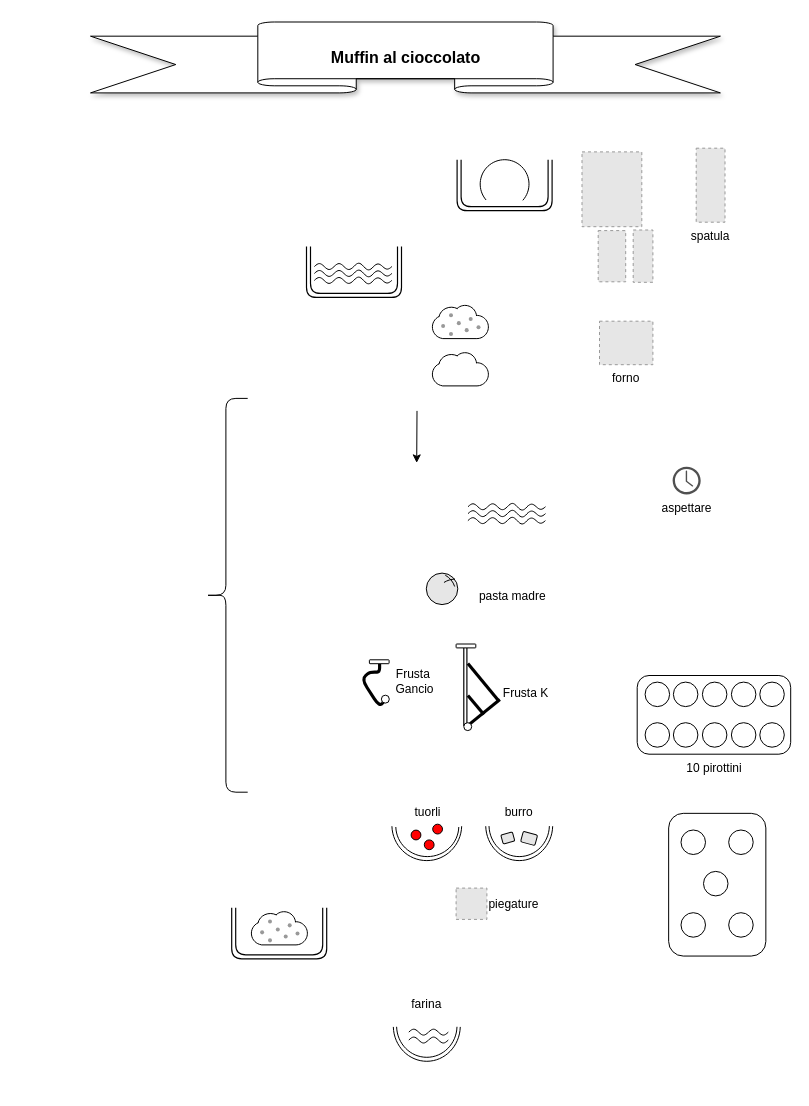
The draw.io diagram shapes.drawio in nicolgit/drawio-cooking-shapes, before the edit. Source tidied: cells renumbered, new cells numbered last; positions are measured from the earlier drawing's top-left corner, leaving out a move shared by most shapes. Both pictures are drawn from the tidied source at 100%, with x=0, y=0 at pixel (90, 21). Pictures stored in the file or linked from it are replaced by grey dashed boxes.
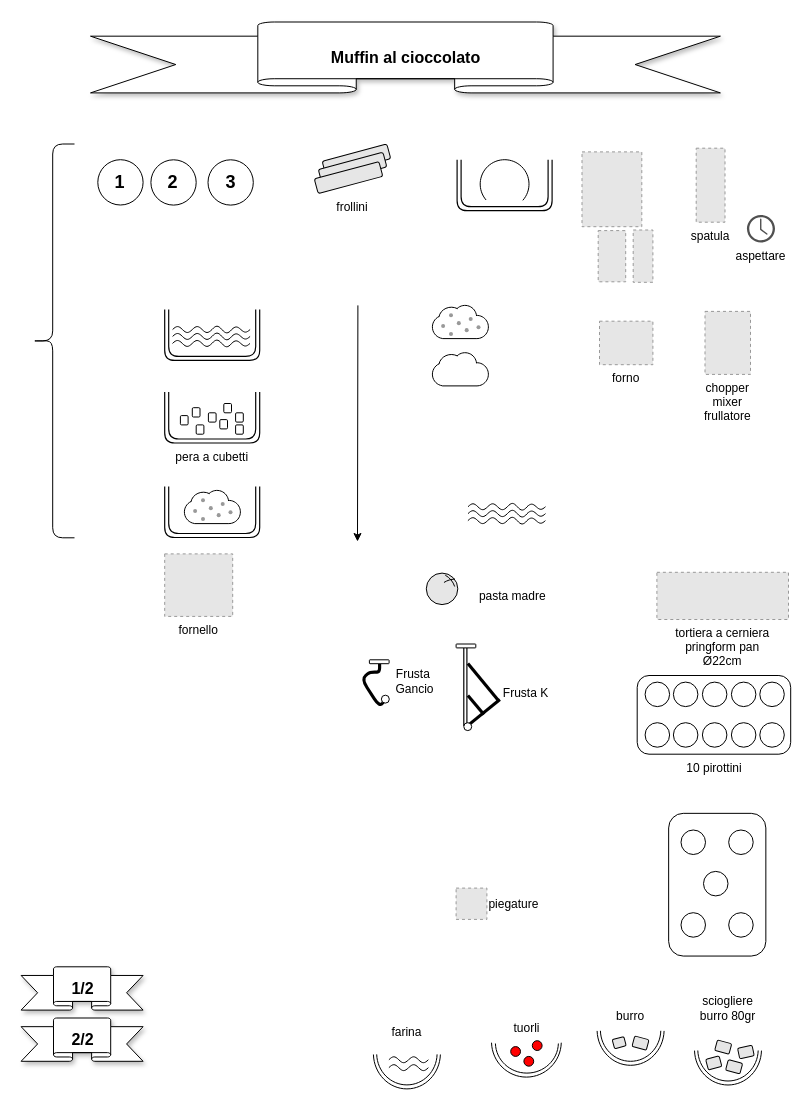
The same page after the edit.

Commit message (it also covers changes not shown here):
torta-pere-ricotta-cioccolato

The edit, as a diff of the source:
```diff
@@
     <mxCell id="49" style="endArrow=classic;html=1;rounded=1;fontFamily=Helvetica;fontSize=12;fontColor=default;curved=0;" parent="1" edge="1">
       <mxGeometry relative="1" as="geometry">
-        <mxPoint x="326.5" y="389.4" as="sourcePoint" />
-        <mxPoint x="326.2" y="441.4" as="targetPoint" />
+        <mxPoint x="267.4" y="283.9" as="sourcePoint" />
+        <mxPoint x="267" y="520" as="targetPoint" />
         <Array as="points">
-          <mxPoint x="326.2" y="389.4" />
+          <mxPoint x="267.1" y="283.9" />
         </Array>
       </mxGeometry>
     </mxCell>
@@
     <mxCell id="60" style="group;" parent="1" vertex="1">
-      <mxGeometry x="301.4" y="768.2" width="69.8" height="70.9" as="geometry" />
+      <mxGeometry x="401" y="984.7" width="69.8" height="70.9" as="geometry" />
     </mxCell>
@@
     <mxCell id="66" style="shape=curlyBracket;whiteSpace=wrap;html=1;rounded=1;labelPosition=left;verticalLabelPosition=middle;align=right;verticalAlign=middle;fillStyle=dots;strokeColor=default;fontFamily=Helvetica;fontSize=12;fontColor=default;fillColor=#FF0000;" parent="1" vertex="1">
-      <mxGeometry x="113.6" y="376.9" width="43.6" height="393.8" as="geometry" />
+      <mxGeometry x="-59.6" y="122.5" width="43.6" height="393.8" as="geometry" />
     </mxCell>
@@
     <mxCell id="72" value="burro&#10;&#10;" style="group;labelPosition=center;verticalLabelPosition=middle;align=center;verticalAlign=middle;labelBorderColor=none;" parent="1" vertex="1">
-      <mxGeometry x="384.1" y="756.4" width="89.2" height="94.4" as="geometry" />
+      <mxGeometry x="495.5" y="961.1" width="89.2" height="94.4" as="geometry" />
     </mxCell>
@@
     <mxCell id="77" value="farina" style="group;" parent="1" vertex="1">
-      <mxGeometry x="302.8" y="968.9" width="67" height="70.9" as="geometry" />
+      <mxGeometry x="282.9" y="996.5" width="67" height="70.9" as="geometry" />
     </mxCell>
@@
     <mxCell id="84" style="group;" parent="1" vertex="1">
-      <mxGeometry x="141.2" y="886.3" width="95" height="51" as="geometry" />
+      <mxGeometry x="74.2" y="465" width="95" height="51" as="geometry" />
     </mxCell>
@@
     <mxCell id="105" style="group;" parent="1" vertex="1">
-      <mxGeometry x="216" y="224.9" width="95" height="51" as="geometry" />
+      <mxGeometry x="74.2" y="287.9" width="95" height="51" as="geometry" />
     </mxCell>
@@
     <mxCell id="130" value="aspettare" style="sketch=0;shadow=0;dashed=0;html=1;strokeColor=none;fillColor=#505050;labelPosition=center;verticalLabelPosition=bottom;verticalAlign=top;align=center;shape=mxgraph.office.concepts.clock;" parent="1" vertex="1">
-      <mxGeometry x="582.1" y="445.3" width="28.1" height="27.6" as="geometry" />
+      <mxGeometry x="656.4" y="193.4" width="28.1" height="27.6" as="geometry" />
     </mxCell>
@@
+    <mxCell id="150" value="frollini" style="group;labelPosition=center;verticalLabelPosition=bottom;align=center;verticalAlign=top;" parent="1" vertex="1">
+      <mxGeometry x="223.8" y="122.5" width="76.4" height="49.6" as="geometry" />
+    </mxCell>
+    <mxCell id="151" style="rounded=1;whiteSpace=wrap;html=1;gradientColor=none;fillStyle=auto;fillColor=#E6E6E6;rotation=-15;" parent="150" vertex="1">
+      <mxGeometry x="8.7" y="8.4" width="66.9" height="15.2" as="geometry" />
+    </mxCell>
+    <mxCell id="152" style="rounded=1;whiteSpace=wrap;html=1;gradientColor=none;fillStyle=auto;fillColor=#E6E6E6;rotation=-15;" parent="150" vertex="1">
+      <mxGeometry x="4.8" y="16.6" width="66.9" height="15.2" as="geometry" />
+    </mxCell>
+    <mxCell id="153" style="rounded=1;whiteSpace=wrap;html=1;gradientColor=none;fillStyle=auto;fillColor=#E6E6E6;rotation=-15;" parent="150" vertex="1">
+      <mxGeometry x="0.8" y="26" width="66.9" height="15.2" as="geometry" />
+    </mxCell>
+    <mxCell id="154" style="group;" parent="1" vertex="1">
+      <mxGeometry x="590" y="961.1" width="94.5" height="102.4" as="geometry" />
+    </mxCell>
+    <mxCell id="155" style="verticalLabelPosition=bottom;verticalAlign=top;html=1;shape=mxgraph.basic.arc;startAngle=0.2547732166712652;endAngle=0.7452267833287348;fillStyle=dots;strokeColor=default;align=center;fontFamily=Helvetica;fontSize=12;fontColor=default;fillColor=#FF0000;" parent="154" vertex="1">
+      <mxGeometry x="14" y="31.5" width="67" height="70.9" as="geometry" />
+    </mxCell>
+    <mxCell id="156" style="verticalLabelPosition=bottom;verticalAlign=top;html=1;shape=mxgraph.basic.arc;startAngle=0.2547732166712652;endAngle=0.7452267833287348;fillStyle=dots;strokeColor=default;align=center;fontFamily=Helvetica;fontSize=12;fontColor=default;fillColor=#FF0000;" parent="154" vertex="1">
+      <mxGeometry x="17.3" y="35.5" width="60.4" height="62.9" as="geometry" />
+    </mxCell>
+    <mxCell id="157" style="rounded=1;whiteSpace=wrap;html=1;fillStyle=auto;strokeColor=default;align=center;verticalAlign=middle;fontFamily=Helvetica;fontSize=12;fontColor=default;fillColor=#E6E6E6;rotation=15;" parent="154" vertex="1">
+      <mxGeometry x="35.3" y="59.1" width="14.8" height="10.8" as="geometry" />
+    </mxCell>
+    <mxCell id="158" style="rounded=1;whiteSpace=wrap;html=1;fillStyle=auto;strokeColor=default;align=center;verticalAlign=middle;fontFamily=Helvetica;fontSize=12;fontColor=default;fillColor=#E6E6E6;rotation=-15;" parent="154" vertex="1">
+      <mxGeometry x="26.3" y="74.9" width="13.9" height="10.9" as="geometry" />
+    </mxCell>
+    <mxCell id="159" style="rounded=1;whiteSpace=wrap;html=1;fillStyle=auto;strokeColor=default;align=center;verticalAlign=middle;fontFamily=Helvetica;fontSize=12;fontColor=default;fillColor=#E6E6E6;rotation=15;" parent="154" vertex="1">
+      <mxGeometry x="46.2" y="78.8" width="14.8" height="10.8" as="geometry" />
+    </mxCell>
+    <mxCell id="160" style="rounded=1;whiteSpace=wrap;html=1;fillStyle=auto;strokeColor=default;align=center;verticalAlign=middle;fontFamily=Helvetica;fontSize=12;fontColor=default;fillColor=#E6E6E6;rotation=-12;" parent="154" vertex="1">
+      <mxGeometry x="58" y="64" width="14.8" height="10.8" as="geometry" />
+    </mxCell>
+    <mxCell id="161" value="&lt;div&gt;sciogliere&lt;/div&gt;burro&amp;nbsp;&lt;span style=&quot;background-color: transparent; color: light-dark(rgb(0, 0, 0), rgb(255, 255, 255));&quot;&gt;80gr&lt;/span&gt;" style="text;strokeColor=none;fillColor=none;html=1;align=center;verticalAlign=middle;whiteSpace=wrap;rounded=0;fontSize=12;" parent="154" vertex="1">
+      <mxGeometry width="94.5" height="51.2" as="geometry" />
+    </mxCell>
+    <mxCell id="162" value="chopper&#10;mixer&#10;frullatore" style="fillColor=#E6E6E6;strokeColor=#999999;dashed=1;verticalLabelPosition=bottom;labelBackgroundColor=default;verticalAlign=top;" parent="1" vertex="1">
+      <mxGeometry x="614.5" y="289.9" width="45.5" height="63" as="geometry" />
+    </mxCell>
+    <mxCell id="163" value="tortiera a cerniera&#10;pringform pan&#10;Ø22cm" style="fillColor=#E6E6E6;strokeColor=#999999;dashed=1;verticalLabelPosition=bottom;labelBackgroundColor=default;verticalAlign=top;" parent="1" vertex="1">
+      <mxGeometry x="566.4" y="550.8" width="131.6" height="47.2" as="geometry" />
+    </mxCell>
+    <mxCell id="164" value="pera a cubetti" style="group;labelPosition=center;verticalLabelPosition=bottom;align=center;verticalAlign=top;" parent="1" vertex="1">
+      <mxGeometry x="74.2" y="370.5" width="95" height="51" as="geometry" />
+    </mxCell>
+    <mxCell id="165" style="endArrow=none;html=1;rounded=1;shadow=0;curved=0;strokeWidth=1.1811;" parent="164" edge="1">
+      <mxGeometry relative="1" as="geometry">
+        <mxPoint x="95" as="sourcePoint" />
+        <mxPoint as="targetPoint" />
+        <Array as="points">
+          <mxPoint x="95" y="51" />
+          <mxPoint x="48" y="51" />
+          <mxPoint y="51" />
+        </Array>
+      </mxGeometry>
+    </mxCell>
+    <mxCell id="166" style="endArrow=none;html=1;rounded=1;shadow=0;curved=0;strokeWidth=1.1811;" parent="164" edge="1">
+      <mxGeometry relative="1" as="geometry">
+        <mxPoint x="91" as="sourcePoint" />
+        <mxPoint x="4" as="targetPoint" />
+        <Array as="points">
+          <mxPoint x="91" y="47" />
+          <mxPoint x="4" y="47" />
+        </Array>
+      </mxGeometry>
+    </mxCell>
+    <mxCell id="167" style="rounded=1;whiteSpace=wrap;html=1;" parent="164" vertex="1">
+      <mxGeometry x="15.7" y="23.6" width="7.7" height="9.3" as="geometry" />
+    </mxCell>
+    <mxCell id="168" style="rounded=1;whiteSpace=wrap;html=1;" parent="164" vertex="1">
+      <mxGeometry x="31.5" y="32.9" width="7.7" height="9.3" as="geometry" />
+    </mxCell>
+    <mxCell id="169" style="rounded=1;whiteSpace=wrap;html=1;" parent="164" vertex="1">
+      <mxGeometry x="27.6" y="15.7" width="7.7" height="9.3" as="geometry" />
+    </mxCell>
+    <mxCell id="170" style="rounded=1;whiteSpace=wrap;html=1;" parent="164" vertex="1">
+      <mxGeometry x="43.7" y="20.8" width="7.7" height="9.3" as="geometry" />
+    </mxCell>
+    <mxCell id="171" style="rounded=1;whiteSpace=wrap;html=1;" parent="164" vertex="1">
+      <mxGeometry x="55.1" y="27.6" width="7.7" height="9.3" as="geometry" />
+    </mxCell>
+    <mxCell id="172" style="rounded=1;whiteSpace=wrap;html=1;" parent="164" vertex="1">
+      <mxGeometry x="59.1" y="11.5" width="7.7" height="9.3" as="geometry" />
+    </mxCell>
+    <mxCell id="173" style="rounded=1;whiteSpace=wrap;html=1;" parent="164" vertex="1">
+      <mxGeometry x="70.9" y="20.8" width="7.7" height="9.3" as="geometry" />
+    </mxCell>
+    <mxCell id="174" style="rounded=1;whiteSpace=wrap;html=1;" parent="164" vertex="1">
+      <mxGeometry x="70.9" y="32.9" width="7.7" height="9.3" as="geometry" />
+    </mxCell>
+    <mxCell id="175" value="fornello" style="fillColor=#E6E6E6;strokeColor=#999999;dashed=1;verticalLabelPosition=bottom;labelBackgroundColor=default;verticalAlign=top;" parent="1" vertex="1">
+      <mxGeometry x="74.2" y="532.4" width="68" height="62.5" as="geometry" />
+    </mxCell>
+    <mxCell id="176" value="1" style="ellipse;whiteSpace=wrap;html=1;fontStyle=1;fontSize=18;" parent="1" vertex="1">
+      <mxGeometry x="7.3" y="138.2" width="45.3" height="45.3" as="geometry" />
+    </mxCell>
+    <mxCell id="177" value="2" style="ellipse;whiteSpace=wrap;html=1;fontStyle=1;fontSize=18;" parent="1" vertex="1">
+      <mxGeometry x="60.4" y="138.3" width="45.3" height="45.3" as="geometry" />
+    </mxCell>
+    <mxCell id="178" value="3" style="ellipse;whiteSpace=wrap;html=1;fontStyle=1;fontSize=18;" parent="1" vertex="1">
+      <mxGeometry x="117.5" y="138.3" width="45.3" height="45.3" as="geometry" />
+    </mxCell>
+    <mxCell id="179" value="1/2" style="verticalLabelPosition=middle;verticalAlign=middle;html=1;shape=mxgraph.basic.banner;fillStyle=auto;strokeColor=default;align=center;fontFamily=Helvetica;fontSize=16;fontColor=default;fillColor=#FFFFFF;labelPosition=center;fontStyle=1;shadow=1;" parent="1" vertex="1">
+      <mxGeometry x="-69.4" y="945.3" width="122" height="43.3" as="geometry" />
+    </mxCell>
+    <mxCell id="180" value="2/2" style="verticalLabelPosition=middle;verticalAlign=middle;html=1;shape=mxgraph.basic.banner;fillStyle=auto;strokeColor=default;align=center;fontFamily=Helvetica;fontSize=16;fontColor=default;fillColor=#FFFFFF;labelPosition=center;fontStyle=1;shadow=1;" parent="1" vertex="1">
+      <mxGeometry x="-69.4" y="996.5" width="122" height="43.3" as="geometry" />
+    </mxCell>
```
